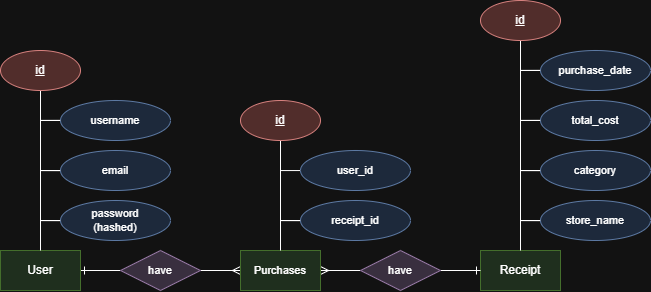
This is src/main/resources/docs/HomeEconomics ER-Diagram.drawio.png from SleepingFores7s/Home-Economics, a draw.io export, as it was before one commit. Source tidied: cells renumbered, new cells last; positions are measured from the earlier drawing's top-left corner, leaving out a move shared by most shapes. The source it was exported from:
```xml
<mxGraphModel>
  <root>
    <mxCell id="0" />
    <mxCell id="1" parent="0" />
    <mxCell id="2" style="edgeStyle=orthogonalEdgeStyle;shape=connector;rounded=0;jettySize=auto;html=1;entryX=0;entryY=0.5;entryDx=0;entryDy=0;strokeColor=default;align=center;verticalAlign=middle;fontFamily=Helvetica;fontSize=11;fontColor=default;labelBackgroundColor=default;endArrow=none;endFill=0;startArrow=ERone;startFill=0;" parent="1" edge="1" source="3" target="14">
      <mxGeometry relative="1" as="geometry" />
    </mxCell>
    <mxCell id="3" value="User" style="whiteSpace=wrap;html=1;align=center;fillColor=#d5e8d4;strokeColor=#82b366;" parent="1" vertex="1">
      <mxGeometry y="250" width="80" height="40" as="geometry" />
    </mxCell>
    <mxCell id="4" value="Receipt" style="whiteSpace=wrap;html=1;align=center;fillColor=#d5e8d4;strokeColor=#82b366;" parent="1" vertex="1">
      <mxGeometry x="480" y="250" width="80" height="40" as="geometry" />
    </mxCell>
    <mxCell id="5" style="edgeStyle=orthogonalEdgeStyle;rounded=0;jettySize=auto;html=1;endArrow=none;endFill=0;" parent="1" edge="1" source="6" target="3">
      <mxGeometry relative="1" as="geometry" />
    </mxCell>
    <mxCell id="6" value="&lt;u&gt;id&lt;/u&gt;" style="ellipse;whiteSpace=wrap;html=1;align=center;fillColor=#f8cecc;strokeColor=#b85450;" parent="1" vertex="1">
      <mxGeometry y="50" width="80" height="40" as="geometry" />
    </mxCell>
    <mxCell id="7" style="edgeStyle=orthogonalEdgeStyle;shape=connector;rounded=0;jettySize=auto;html=1;align=center;verticalAlign=middle;fontFamily=Helvetica;fontSize=11;fontColor=default;labelBackgroundColor=none;endArrow=none;endFill=0;" parent="1" edge="1" source="8">
      <mxGeometry relative="1" as="geometry">
        <mxPoint x="40" y="170" as="targetPoint" />
      </mxGeometry>
    </mxCell>
    <mxCell id="8" value="email" style="ellipse;whiteSpace=wrap;html=1;align=center;fontFamily=Helvetica;fontSize=11;labelBackgroundColor=none;fillColor=#dae8fc;strokeColor=#6c8ebf;" parent="1" vertex="1">
      <mxGeometry x="60" y="150" width="110" height="40" as="geometry" />
    </mxCell>
    <mxCell id="9" style="edgeStyle=orthogonalEdgeStyle;shape=connector;rounded=0;jettySize=auto;html=1;align=center;verticalAlign=middle;fontFamily=Helvetica;fontSize=11;fontColor=default;labelBackgroundColor=none;endArrow=none;endFill=0;" parent="1" edge="1" source="10">
      <mxGeometry relative="1" as="geometry">
        <mxPoint x="40" y="120" as="targetPoint" />
      </mxGeometry>
    </mxCell>
    <mxCell id="10" value="username" style="ellipse;whiteSpace=wrap;html=1;align=center;fontFamily=Helvetica;fontSize=11;labelBackgroundColor=none;fillColor=#dae8fc;strokeColor=#6c8ebf;" parent="1" vertex="1">
      <mxGeometry x="60" y="100" width="110" height="40" as="geometry" />
    </mxCell>
    <mxCell id="11" style="edgeStyle=orthogonalEdgeStyle;shape=connector;rounded=0;jettySize=auto;html=1;align=center;verticalAlign=middle;fontFamily=Helvetica;fontSize=11;fontColor=default;labelBackgroundColor=none;endArrow=none;endFill=0;" parent="1" edge="1" source="12">
      <mxGeometry relative="1" as="geometry">
        <mxPoint x="40" y="220" as="targetPoint" />
      </mxGeometry>
    </mxCell>
    <mxCell id="12" value="password&lt;div&gt;(hashed)&lt;/div&gt;" style="ellipse;whiteSpace=wrap;html=1;align=center;fontFamily=Helvetica;fontSize=11;labelBackgroundColor=none;fillColor=#dae8fc;strokeColor=#6c8ebf;" parent="1" vertex="1">
      <mxGeometry x="60" y="200" width="110" height="40" as="geometry" />
    </mxCell>
    <mxCell id="13" style="edgeStyle=orthogonalEdgeStyle;shape=connector;rounded=0;jettySize=auto;html=1;strokeColor=default;align=center;verticalAlign=middle;fontFamily=Helvetica;fontSize=11;fontColor=default;labelBackgroundColor=default;endArrow=ERmany;endFill=0;" parent="1" edge="1" source="14" target="18">
      <mxGeometry relative="1" as="geometry" />
    </mxCell>
    <mxCell id="14" value="have" style="shape=rhombus;perimeter=rhombusPerimeter;whiteSpace=wrap;html=1;align=center;fontFamily=Helvetica;fontSize=11;labelBackgroundColor=none;fillColor=#e1d5e7;strokeColor=#9673a6;" parent="1" vertex="1">
      <mxGeometry x="120" y="250" width="80" height="40" as="geometry" />
    </mxCell>
    <mxCell id="15" style="edgeStyle=orthogonalEdgeStyle;shape=connector;rounded=0;jettySize=auto;html=1;strokeColor=default;align=center;verticalAlign=middle;fontFamily=Helvetica;fontSize=11;fontColor=default;labelBackgroundColor=default;endArrow=ERmany;endFill=0;" parent="1" edge="1" source="17" target="18">
      <mxGeometry relative="1" as="geometry" />
    </mxCell>
    <mxCell id="16" style="edgeStyle=orthogonalEdgeStyle;shape=connector;rounded=0;jettySize=auto;html=1;strokeColor=default;align=center;verticalAlign=middle;fontFamily=Helvetica;fontSize=11;fontColor=default;labelBackgroundColor=default;endArrow=ERone;endFill=0;" parent="1" edge="1" source="17" target="4">
      <mxGeometry relative="1" as="geometry" />
    </mxCell>
    <mxCell id="17" value="have" style="shape=rhombus;perimeter=rhombusPerimeter;whiteSpace=wrap;html=1;align=center;fontFamily=Helvetica;fontSize=11;labelBackgroundColor=none;fillColor=#e1d5e7;strokeColor=#9673a6;" parent="1" vertex="1">
      <mxGeometry x="360" y="250" width="80" height="40" as="geometry" />
    </mxCell>
    <mxCell id="18" value="Purchases" style="whiteSpace=wrap;html=1;align=center;fontFamily=Helvetica;fontSize=11;labelBackgroundColor=none;fillColor=#d5e8d4;strokeColor=#82b366;" parent="1" vertex="1">
      <mxGeometry x="240" y="250" width="80" height="40" as="geometry" />
    </mxCell>
    <mxCell id="19" style="edgeStyle=orthogonalEdgeStyle;shape=connector;rounded=0;jettySize=auto;html=1;strokeColor=default;align=center;verticalAlign=middle;fontFamily=Helvetica;fontSize=11;fontColor=default;labelBackgroundColor=default;endArrow=none;endFill=0;" parent="1" edge="1" source="20" target="18">
      <mxGeometry relative="1" as="geometry" />
    </mxCell>
    <mxCell id="20" value="&lt;u&gt;id&lt;/u&gt;" style="ellipse;whiteSpace=wrap;html=1;align=center;fillColor=#f8cecc;strokeColor=#b85450;" parent="1" vertex="1">
      <mxGeometry x="240" y="100" width="80" height="40" as="geometry" />
    </mxCell>
    <mxCell id="21" style="edgeStyle=orthogonalEdgeStyle;shape=connector;rounded=0;jettySize=auto;html=1;strokeColor=default;align=center;verticalAlign=middle;fontFamily=Helvetica;fontSize=11;fontColor=default;labelBackgroundColor=default;endArrow=none;endFill=0;" parent="1" edge="1" source="22" target="4">
      <mxGeometry relative="1" as="geometry" />
    </mxCell>
    <mxCell id="22" value="&lt;u&gt;id&lt;/u&gt;" style="ellipse;whiteSpace=wrap;html=1;align=center;fillColor=#f8cecc;strokeColor=#b85450;" parent="1" vertex="1">
      <mxGeometry x="480" width="80" height="40" as="geometry" />
    </mxCell>
    <mxCell id="23" style="edgeStyle=orthogonalEdgeStyle;shape=connector;rounded=0;jettySize=auto;html=1;strokeColor=default;align=center;verticalAlign=middle;fontFamily=Helvetica;fontSize=11;fontColor=default;labelBackgroundColor=default;endArrow=none;endFill=0;" parent="1" edge="1" source="24">
      <mxGeometry relative="1" as="geometry">
        <mxPoint x="280" y="220" as="targetPoint" />
      </mxGeometry>
    </mxCell>
    <mxCell id="24" value="user_id" style="ellipse;whiteSpace=wrap;html=1;align=center;fontFamily=Helvetica;fontSize=11;labelBackgroundColor=none;fillColor=#dae8fc;strokeColor=#6c8ebf;" parent="1" vertex="1">
      <mxGeometry x="300" y="150" width="110" height="40" as="geometry" />
    </mxCell>
    <mxCell id="25" style="edgeStyle=orthogonalEdgeStyle;shape=connector;rounded=0;jettySize=auto;html=1;strokeColor=default;align=center;verticalAlign=middle;fontFamily=Helvetica;fontSize=11;fontColor=default;labelBackgroundColor=default;endArrow=none;endFill=0;" parent="1" edge="1" source="26">
      <mxGeometry relative="1" as="geometry">
        <mxPoint x="280" y="220" as="targetPoint" />
      </mxGeometry>
    </mxCell>
    <mxCell id="26" value="receipt_id" style="ellipse;whiteSpace=wrap;html=1;align=center;fontFamily=Helvetica;fontSize=11;labelBackgroundColor=none;fillColor=#dae8fc;strokeColor=#6c8ebf;" parent="1" vertex="1">
      <mxGeometry x="300" y="200" width="110" height="40" as="geometry" />
    </mxCell>
    <mxCell id="27" style="edgeStyle=orthogonalEdgeStyle;shape=connector;rounded=0;jettySize=auto;html=1;strokeColor=default;align=center;verticalAlign=middle;fontFamily=Helvetica;fontSize=11;fontColor=default;labelBackgroundColor=default;endArrow=none;endFill=0;" parent="1" edge="1" source="28">
      <mxGeometry relative="1" as="geometry">
        <mxPoint x="520" y="170" as="targetPoint" />
      </mxGeometry>
    </mxCell>
    <mxCell id="28" value="category" style="ellipse;whiteSpace=wrap;html=1;align=center;fontFamily=Helvetica;fontSize=11;labelBackgroundColor=none;fillColor=#dae8fc;strokeColor=#6c8ebf;" parent="1" vertex="1">
      <mxGeometry x="540" y="150" width="110" height="40" as="geometry" />
    </mxCell>
    <mxCell id="29" style="edgeStyle=orthogonalEdgeStyle;shape=connector;rounded=0;jettySize=auto;html=1;strokeColor=default;align=center;verticalAlign=middle;fontFamily=Helvetica;fontSize=11;fontColor=default;labelBackgroundColor=default;endArrow=none;endFill=0;" parent="1" edge="1" source="30">
      <mxGeometry relative="1" as="geometry">
        <mxPoint x="520" y="120" as="targetPoint" />
      </mxGeometry>
    </mxCell>
    <mxCell id="30" value="total_cost" style="ellipse;whiteSpace=wrap;html=1;align=center;fontFamily=Helvetica;fontSize=11;labelBackgroundColor=none;fillColor=#dae8fc;strokeColor=#6c8ebf;" parent="1" vertex="1">
      <mxGeometry x="540" y="100" width="110" height="40" as="geometry" />
    </mxCell>
    <mxCell id="31" style="edgeStyle=orthogonalEdgeStyle;shape=connector;rounded=0;jettySize=auto;html=1;strokeColor=default;align=center;verticalAlign=middle;fontFamily=Helvetica;fontSize=11;fontColor=default;labelBackgroundColor=default;endArrow=none;endFill=0;" parent="1" edge="1" source="32">
      <mxGeometry relative="1" as="geometry">
        <mxPoint x="520" y="70" as="targetPoint" />
      </mxGeometry>
    </mxCell>
    <mxCell id="32" value="purchase_date" style="ellipse;whiteSpace=wrap;html=1;align=center;fontFamily=Helvetica;fontSize=11;labelBackgroundColor=none;fillColor=#dae8fc;strokeColor=#6c8ebf;" parent="1" vertex="1">
      <mxGeometry x="540" y="50" width="110" height="40" as="geometry" />
    </mxCell>
    <mxCell id="33" style="edgeStyle=orthogonalEdgeStyle;shape=connector;rounded=0;jettySize=auto;html=1;strokeColor=default;align=center;verticalAlign=middle;fontFamily=Helvetica;fontSize=11;fontColor=default;labelBackgroundColor=default;endArrow=none;endFill=0;" parent="1" edge="1" source="34">
      <mxGeometry relative="1" as="geometry">
        <mxPoint x="520" y="220" as="targetPoint" />
      </mxGeometry>
    </mxCell>
    <mxCell id="34" value="store_name" style="ellipse;whiteSpace=wrap;html=1;align=center;fontFamily=Helvetica;fontSize=11;labelBackgroundColor=none;fillColor=#dae8fc;strokeColor=#6c8ebf;" parent="1" vertex="1">
      <mxGeometry x="540" y="200" width="110" height="40" as="geometry" />
    </mxCell>
  </root>
</mxGraphModel>
```
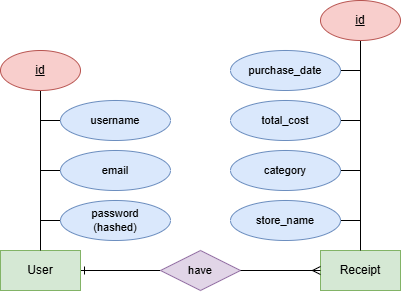
After the commit.

Commit message:
Made changes to DB diagram

Change to the diagram source:
```diff
@@ -6,118 +6,84 @@
       <mxGeometry relative="1" as="geometry" />
     </mxCell>
     <mxCell id="3" value="User" style="whiteSpace=wrap;html=1;align=center;fillColor=#d5e8d4;strokeColor=#82b366;" parent="1" vertex="1">
-      <mxGeometry y="250" width="80" height="40" as="geometry" />
+      <mxGeometry x="80" y="250" width="80" height="40" as="geometry" />
     </mxCell>
     <mxCell id="4" value="Receipt" style="whiteSpace=wrap;html=1;align=center;fillColor=#d5e8d4;strokeColor=#82b366;" parent="1" vertex="1">
-      <mxGeometry x="480" y="250" width="80" height="40" as="geometry" />
+      <mxGeometry x="400" y="250" width="80" height="40" as="geometry" />
     </mxCell>
     <mxCell id="5" style="edgeStyle=orthogonalEdgeStyle;rounded=0;jettySize=auto;html=1;endArrow=none;endFill=0;" parent="1" edge="1" source="6" target="3">
       <mxGeometry relative="1" as="geometry" />
     </mxCell>
     <mxCell id="6" value="&lt;u&gt;id&lt;/u&gt;" style="ellipse;whiteSpace=wrap;html=1;align=center;fillColor=#f8cecc;strokeColor=#b85450;" parent="1" vertex="1">
-      <mxGeometry y="50" width="80" height="40" as="geometry" />
+      <mxGeometry x="80" y="50" width="80" height="40" as="geometry" />
     </mxCell>
     <mxCell id="7" style="edgeStyle=orthogonalEdgeStyle;shape=connector;rounded=0;jettySize=auto;html=1;align=center;verticalAlign=middle;fontFamily=Helvetica;fontSize=11;fontColor=default;labelBackgroundColor=none;endArrow=none;endFill=0;" parent="1" edge="1" source="8">
       <mxGeometry relative="1" as="geometry">
-        <mxPoint x="40" y="170" as="targetPoint" />
+        <mxPoint x="120" y="170" as="targetPoint" />
       </mxGeometry>
     </mxCell>
     <mxCell id="8" value="email" style="ellipse;whiteSpace=wrap;html=1;align=center;fontFamily=Helvetica;fontSize=11;labelBackgroundColor=none;fillColor=#dae8fc;strokeColor=#6c8ebf;" parent="1" vertex="1">
-      <mxGeometry x="60" y="150" width="110" height="40" as="geometry" />
+      <mxGeometry x="140" y="150" width="110" height="40" as="geometry" />
     </mxCell>
     <mxCell id="9" style="edgeStyle=orthogonalEdgeStyle;shape=connector;rounded=0;jettySize=auto;html=1;align=center;verticalAlign=middle;fontFamily=Helvetica;fontSize=11;fontColor=default;labelBackgroundColor=none;endArrow=none;endFill=0;" parent="1" edge="1" source="10">
       <mxGeometry relative="1" as="geometry">
-        <mxPoint x="40" y="120" as="targetPoint" />
+        <mxPoint x="120" y="120" as="targetPoint" />
       </mxGeometry>
     </mxCell>
     <mxCell id="10" value="username" style="ellipse;whiteSpace=wrap;html=1;align=center;fontFamily=Helvetica;fontSize=11;labelBackgroundColor=none;fillColor=#dae8fc;strokeColor=#6c8ebf;" parent="1" vertex="1">
-      <mxGeometry x="60" y="100" width="110" height="40" as="geometry" />
+      <mxGeometry x="140" y="100" width="110" height="40" as="geometry" />
     </mxCell>
     <mxCell id="11" style="edgeStyle=orthogonalEdgeStyle;shape=connector;rounded=0;jettySize=auto;html=1;align=center;verticalAlign=middle;fontFamily=Helvetica;fontSize=11;fontColor=default;labelBackgroundColor=none;endArrow=none;endFill=0;" parent="1" edge="1" source="12">
       <mxGeometry relative="1" as="geometry">
-        <mxPoint x="40" y="220" as="targetPoint" />
+        <mxPoint x="120" y="220" as="targetPoint" />
       </mxGeometry>
     </mxCell>
     <mxCell id="12" value="password&lt;div&gt;(hashed)&lt;/div&gt;" style="ellipse;whiteSpace=wrap;html=1;align=center;fontFamily=Helvetica;fontSize=11;labelBackgroundColor=none;fillColor=#dae8fc;strokeColor=#6c8ebf;" parent="1" vertex="1">
-      <mxGeometry x="60" y="200" width="110" height="40" as="geometry" />
+      <mxGeometry x="140" y="200" width="110" height="40" as="geometry" />
     </mxCell>
-    <mxCell id="13" style="edgeStyle=orthogonalEdgeStyle;shape=connector;rounded=0;jettySize=auto;html=1;strokeColor=default;align=center;verticalAlign=middle;fontFamily=Helvetica;fontSize=11;fontColor=default;labelBackgroundColor=default;endArrow=ERmany;endFill=0;" parent="1" edge="1" source="14" target="18">
-      <mxGeometry relative="1" as="geometry" />
-    </mxCell>
     <mxCell id="14" value="have" style="shape=rhombus;perimeter=rhombusPerimeter;whiteSpace=wrap;html=1;align=center;fontFamily=Helvetica;fontSize=11;labelBackgroundColor=none;fillColor=#e1d5e7;strokeColor=#9673a6;" parent="1" vertex="1">
-      <mxGeometry x="120" y="250" width="80" height="40" as="geometry" />
+      <mxGeometry x="240" y="250" width="80" height="40" as="geometry" />
     </mxCell>
-    <mxCell id="15" style="edgeStyle=orthogonalEdgeStyle;shape=connector;rounded=0;jettySize=auto;html=1;strokeColor=default;align=center;verticalAlign=middle;fontFamily=Helvetica;fontSize=11;fontColor=default;labelBackgroundColor=default;endArrow=ERmany;endFill=0;" parent="1" edge="1" source="17" target="18">
-      <mxGeometry relative="1" as="geometry" />
-    </mxCell>
-    <mxCell id="16" style="edgeStyle=orthogonalEdgeStyle;shape=connector;rounded=0;jettySize=auto;html=1;strokeColor=default;align=center;verticalAlign=middle;fontFamily=Helvetica;fontSize=11;fontColor=default;labelBackgroundColor=default;endArrow=ERone;endFill=0;" parent="1" edge="1" source="17" target="4">
+    <mxCell id="16" style="edgeStyle=orthogonalEdgeStyle;shape=connector;rounded=0;jettySize=auto;html=1;strokeColor=default;align=center;verticalAlign=middle;fontFamily=Helvetica;fontSize=11;fontColor=default;labelBackgroundColor=default;endArrow=ERmany;endFill=0;" parent="1" edge="1" source="14" target="4">
       <mxGeometry relative="1" as="geometry" />
     </mxCell>
-    <mxCell id="17" value="have" style="shape=rhombus;perimeter=rhombusPerimeter;whiteSpace=wrap;html=1;align=center;fontFamily=Helvetica;fontSize=11;labelBackgroundColor=none;fillColor=#e1d5e7;strokeColor=#9673a6;" parent="1" vertex="1">
-      <mxGeometry x="360" y="250" width="80" height="40" as="geometry" />
-    </mxCell>
-    <mxCell id="18" value="Purchases" style="whiteSpace=wrap;html=1;align=center;fontFamily=Helvetica;fontSize=11;labelBackgroundColor=none;fillColor=#d5e8d4;strokeColor=#82b366;" parent="1" vertex="1">
-      <mxGeometry x="240" y="250" width="80" height="40" as="geometry" />
-    </mxCell>
-    <mxCell id="19" style="edgeStyle=orthogonalEdgeStyle;shape=connector;rounded=0;jettySize=auto;html=1;strokeColor=default;align=center;verticalAlign=middle;fontFamily=Helvetica;fontSize=11;fontColor=default;labelBackgroundColor=default;endArrow=none;endFill=0;" parent="1" edge="1" source="20" target="18">
-      <mxGeometry relative="1" as="geometry" />
-    </mxCell>
-    <mxCell id="20" value="&lt;u&gt;id&lt;/u&gt;" style="ellipse;whiteSpace=wrap;html=1;align=center;fillColor=#f8cecc;strokeColor=#b85450;" parent="1" vertex="1">
-      <mxGeometry x="240" y="100" width="80" height="40" as="geometry" />
-    </mxCell>
     <mxCell id="21" style="edgeStyle=orthogonalEdgeStyle;shape=connector;rounded=0;jettySize=auto;html=1;strokeColor=default;align=center;verticalAlign=middle;fontFamily=Helvetica;fontSize=11;fontColor=default;labelBackgroundColor=default;endArrow=none;endFill=0;" parent="1" edge="1" source="22" target="4">
       <mxGeometry relative="1" as="geometry" />
     </mxCell>
     <mxCell id="22" value="&lt;u&gt;id&lt;/u&gt;" style="ellipse;whiteSpace=wrap;html=1;align=center;fillColor=#f8cecc;strokeColor=#b85450;" parent="1" vertex="1">
-      <mxGeometry x="480" width="80" height="40" as="geometry" />
+      <mxGeometry x="400" width="80" height="40" as="geometry" />
     </mxCell>
-    <mxCell id="23" style="edgeStyle=orthogonalEdgeStyle;shape=connector;rounded=0;jettySize=auto;html=1;strokeColor=default;align=center;verticalAlign=middle;fontFamily=Helvetica;fontSize=11;fontColor=default;labelBackgroundColor=default;endArrow=none;endFill=0;" parent="1" edge="1" source="24">
-      <mxGeometry relative="1" as="geometry">
-        <mxPoint x="280" y="220" as="targetPoint" />
-      </mxGeometry>
-    </mxCell>
-    <mxCell id="24" value="user_id" style="ellipse;whiteSpace=wrap;html=1;align=center;fontFamily=Helvetica;fontSize=11;labelBackgroundColor=none;fillColor=#dae8fc;strokeColor=#6c8ebf;" parent="1" vertex="1">
-      <mxGeometry x="300" y="150" width="110" height="40" as="geometry" />
-    </mxCell>
-    <mxCell id="25" style="edgeStyle=orthogonalEdgeStyle;shape=connector;rounded=0;jettySize=auto;html=1;strokeColor=default;align=center;verticalAlign=middle;fontFamily=Helvetica;fontSize=11;fontColor=default;labelBackgroundColor=default;endArrow=none;endFill=0;" parent="1" edge="1" source="26">
-      <mxGeometry relative="1" as="geometry">
-        <mxPoint x="280" y="220" as="targetPoint" />
-      </mxGeometry>
-    </mxCell>
-    <mxCell id="26" value="receipt_id" style="ellipse;whiteSpace=wrap;html=1;align=center;fontFamily=Helvetica;fontSize=11;labelBackgroundColor=none;fillColor=#dae8fc;strokeColor=#6c8ebf;" parent="1" vertex="1">
-      <mxGeometry x="300" y="200" width="110" height="40" as="geometry" />
-    </mxCell>
     <mxCell id="27" style="edgeStyle=orthogonalEdgeStyle;shape=connector;rounded=0;jettySize=auto;html=1;strokeColor=default;align=center;verticalAlign=middle;fontFamily=Helvetica;fontSize=11;fontColor=default;labelBackgroundColor=default;endArrow=none;endFill=0;" parent="1" edge="1" source="28">
       <mxGeometry relative="1" as="geometry">
-        <mxPoint x="520" y="170" as="targetPoint" />
+        <mxPoint x="440" y="170" as="targetPoint" />
       </mxGeometry>
     </mxCell>
     <mxCell id="28" value="category" style="ellipse;whiteSpace=wrap;html=1;align=center;fontFamily=Helvetica;fontSize=11;labelBackgroundColor=none;fillColor=#dae8fc;strokeColor=#6c8ebf;" parent="1" vertex="1">
-      <mxGeometry x="540" y="150" width="110" height="40" as="geometry" />
+      <mxGeometry x="310" y="150" width="110" height="40" as="geometry" />
     </mxCell>
     <mxCell id="29" style="edgeStyle=orthogonalEdgeStyle;shape=connector;rounded=0;jettySize=auto;html=1;strokeColor=default;align=center;verticalAlign=middle;fontFamily=Helvetica;fontSize=11;fontColor=default;labelBackgroundColor=default;endArrow=none;endFill=0;" parent="1" edge="1" source="30">
       <mxGeometry relative="1" as="geometry">
-        <mxPoint x="520" y="120" as="targetPoint" />
+        <mxPoint x="440" y="120" as="targetPoint" />
       </mxGeometry>
     </mxCell>
     <mxCell id="30" value="total_cost" style="ellipse;whiteSpace=wrap;html=1;align=center;fontFamily=Helvetica;fontSize=11;labelBackgroundColor=none;fillColor=#dae8fc;strokeColor=#6c8ebf;" parent="1" vertex="1">
-      <mxGeometry x="540" y="100" width="110" height="40" as="geometry" />
+      <mxGeometry x="310" y="100" width="110" height="40" as="geometry" />
     </mxCell>
     <mxCell id="31" style="edgeStyle=orthogonalEdgeStyle;shape=connector;rounded=0;jettySize=auto;html=1;strokeColor=default;align=center;verticalAlign=middle;fontFamily=Helvetica;fontSize=11;fontColor=default;labelBackgroundColor=default;endArrow=none;endFill=0;" parent="1" edge="1" source="32">
       <mxGeometry relative="1" as="geometry">
-        <mxPoint x="520" y="70" as="targetPoint" />
+        <mxPoint x="440" y="70" as="targetPoint" />
       </mxGeometry>
     </mxCell>
     <mxCell id="32" value="purchase_date" style="ellipse;whiteSpace=wrap;html=1;align=center;fontFamily=Helvetica;fontSize=11;labelBackgroundColor=none;fillColor=#dae8fc;strokeColor=#6c8ebf;" parent="1" vertex="1">
-      <mxGeometry x="540" y="50" width="110" height="40" as="geometry" />
+      <mxGeometry x="310" y="50" width="110" height="40" as="geometry" />
     </mxCell>
     <mxCell id="33" style="edgeStyle=orthogonalEdgeStyle;shape=connector;rounded=0;jettySize=auto;html=1;strokeColor=default;align=center;verticalAlign=middle;fontFamily=Helvetica;fontSize=11;fontColor=default;labelBackgroundColor=default;endArrow=none;endFill=0;" parent="1" edge="1" source="34">
       <mxGeometry relative="1" as="geometry">
-        <mxPoint x="520" y="220" as="targetPoint" />
+        <mxPoint x="440" y="220" as="targetPoint" />
       </mxGeometry>
     </mxCell>
     <mxCell id="34" value="store_name" style="ellipse;whiteSpace=wrap;html=1;align=center;fontFamily=Helvetica;fontSize=11;labelBackgroundColor=none;fillColor=#dae8fc;strokeColor=#6c8ebf;" parent="1" vertex="1">
-      <mxGeometry x="540" y="200" width="110" height="40" as="geometry" />
+      <mxGeometry x="310" y="200" width="110" height="40" as="geometry" />
     </mxCell>
   </root>
 </mxGraphModel>
```
